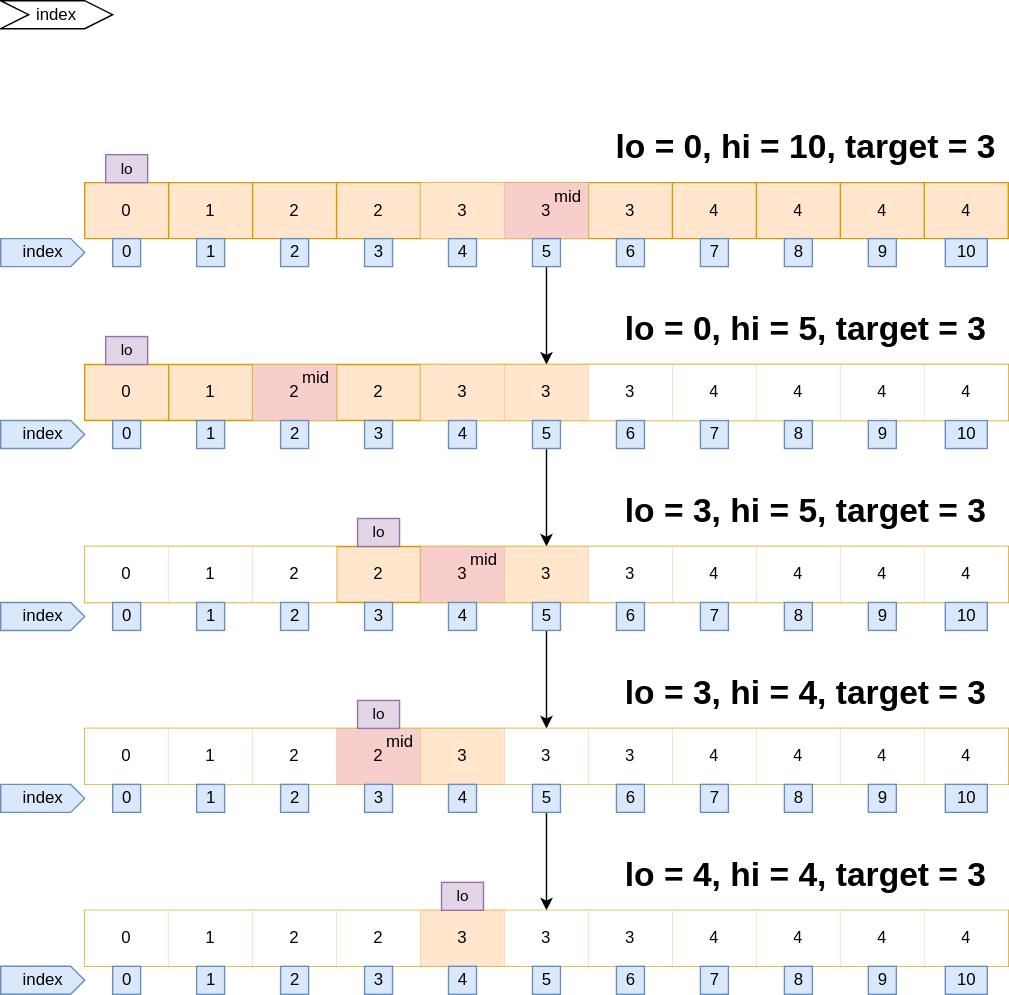
fioepq9/note-img keeps this draw.io diagram as blog-img/二分查找最小索引.svg. Above is the earlier version. Source tidied: cells renumbered, new cells last; positions are measured from the earlier drawing's top-left corner, leaving out a move shared by most shapes.
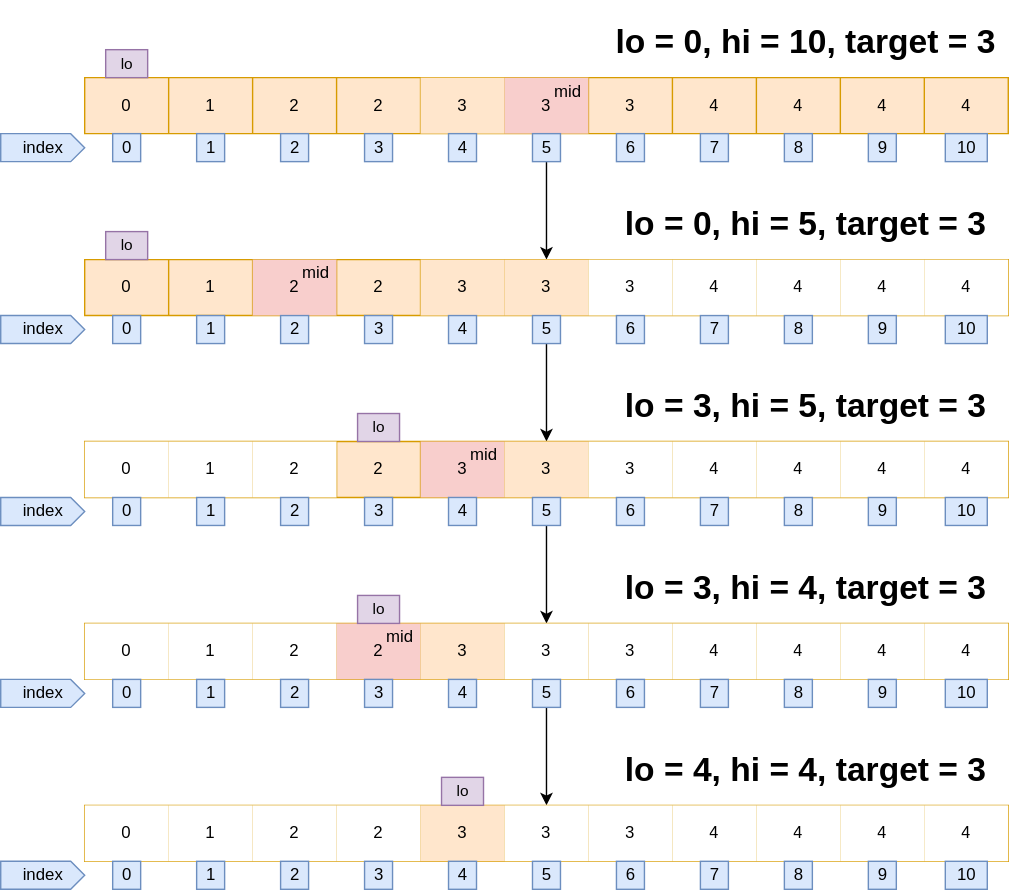
After the change.

Commit message:
Update 二分查找最小索引.svg

The edit, as a diff of the source:
```diff
@@ -416,9 +416,6 @@
     <mxCell id="139" value="&lt;font color=&quot;#000000&quot;&gt;lo&lt;/font&gt;" style="text;html=1;align=center;verticalAlign=middle;strokeColor=#9673a6;fillColor=#e1d5e7;fontSize=11;" parent="1" vertex="1">
       <mxGeometry x="315" y="630" width="30" height="20" as="geometry" />
     </mxCell>
-    <mxCell id="140" value="index" style="shape=step;perimeter=stepPerimeter;whiteSpace=wrap;html=1;fixedSize=1;" parent="1" vertex="1">
-      <mxGeometry width="80" height="20" as="geometry" />
-    </mxCell>
     <mxCell id="141" value="index" style="html=1;shadow=0;dashed=0;align=center;verticalAlign=middle;shape=mxgraph.arrows2.arrow;dy=0;dx=10;notch=0;fontFamily=Helvetica;fontSize=12;strokeColor=#6c8ebf;fillColor=#dae8fc;" parent="1" vertex="1">
       <mxGeometry y="170" width="60" height="20" as="geometry" />
     </mxCell>
```
